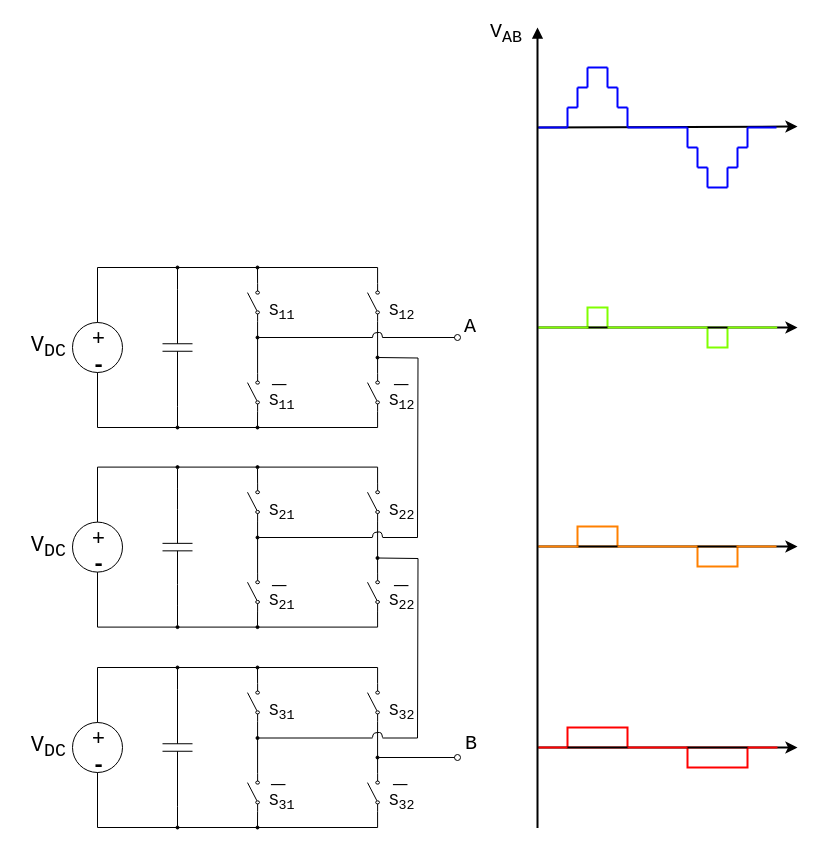
The draw.io diagram CHBMI.drawio in thece36/drawio, before the edit. Source tidied: cells renumbered, new cells numbered last; positions are measured from the earlier drawing's top-left corner, leaving out a move shared by most shapes. Both pictures are drawn from the tidied source at 100%, with x=0, y=0 at pixel (17, 17).
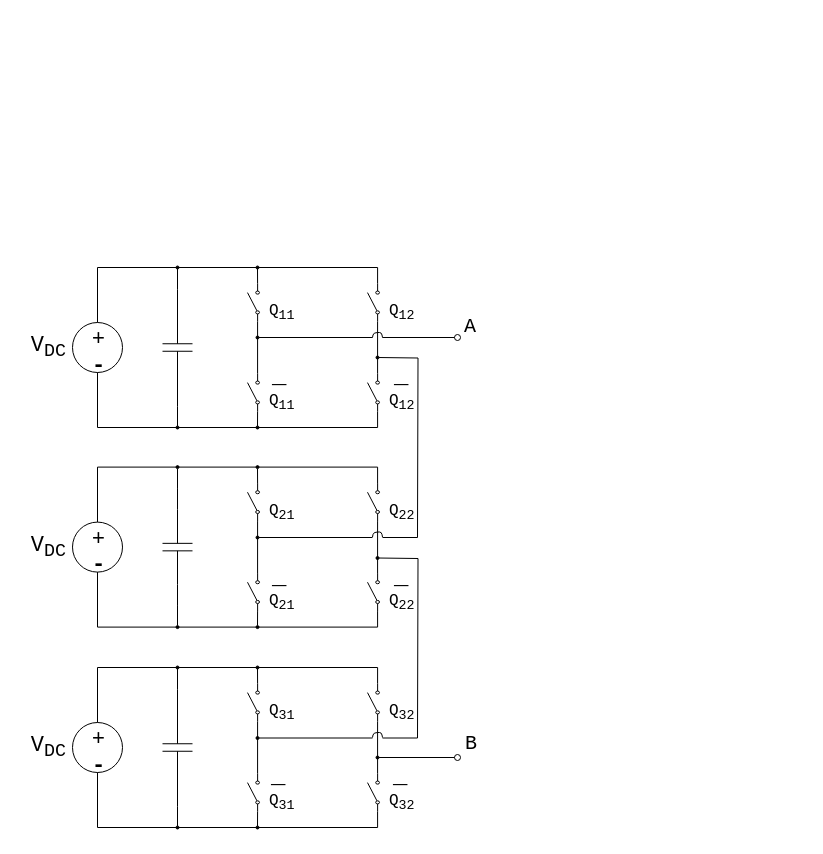
After the change.

The edit, as a diff of the source:
```diff
@@
-    <mxCell id="2" style="rounded=0;whiteSpace=wrap;html=1;fillColor=none;fontFamily=Courier New;fontSize=20;strokeColor=#80FF00;strokeWidth=2;" parent="1" vertex="1">
-      <mxGeometry x="690" y="310" width="20" height="20" as="geometry" />
-    </mxCell>
-    <mxCell id="3" style="rounded=0;whiteSpace=wrap;html=1;fillColor=none;fontFamily=Courier New;fontSize=20;strokeColor=#80FF00;strokeWidth=2;" parent="1" vertex="1">
-      <mxGeometry x="570" y="290" width="20" height="20" as="geometry" />
-    </mxCell>
-    <mxCell id="4" style="rounded=0;whiteSpace=wrap;html=1;fillColor=none;fontFamily=Courier New;fontSize=20;strokeColor=#FF8000;strokeWidth=2;" parent="1" vertex="1">
-      <mxGeometry x="680" y="529" width="40" height="20" as="geometry" />
-    </mxCell>
-    <mxCell id="5" style="rounded=0;whiteSpace=wrap;html=1;fillColor=none;fontFamily=Courier New;fontSize=20;strokeColor=#FF8000;strokeWidth=2;" parent="1" vertex="1">
-      <mxGeometry x="560" y="509" width="40" height="20" as="geometry" />
-    </mxCell>
-    <mxCell id="6" style="rounded=0;whiteSpace=wrap;html=1;fillColor=none;fontFamily=Courier New;fontSize=20;strokeColor=#FF0000;strokeWidth=2;" parent="1" vertex="1">
-      <mxGeometry x="670" y="730" width="60" height="20" as="geometry" />
-    </mxCell>
-    <mxCell id="7" style="rounded=0;whiteSpace=wrap;html=1;fillColor=none;fontFamily=Courier New;fontSize=20;strokeColor=#FF0000;strokeWidth=2;" parent="1" vertex="1">
-      <mxGeometry x="550" y="710" width="60" height="20" as="geometry" />
-    </mxCell>
@@
-    <mxCell id="26" value="&lt;font face=&quot;Courier New&quot;&gt;S&lt;sub&gt;11&lt;/sub&gt;&lt;/font&gt;" style="text;html=1;align=left;verticalAlign=top;spacingTop=-4;fontSize=16;" parent="1" vertex="1">
+    <mxCell id="26" value="&lt;font face=&quot;Courier New&quot;&gt;Q&lt;sub&gt;11&lt;/sub&gt;&lt;/font&gt;" style="text;html=1;align=left;verticalAlign=top;spacingTop=-4;fontSize=16;" parent="1" vertex="1">
       <mxGeometry x="250" y="280" width="40" height="20" as="geometry" />
     </mxCell>
-    <mxCell id="27" value="&lt;font face=&quot;Courier New&quot;&gt;S&lt;sub&gt;12&lt;/sub&gt;&lt;/font&gt;" style="text;html=1;align=left;verticalAlign=top;spacingTop=-4;fontSize=16;" parent="1" vertex="1">
+    <mxCell id="27" value="&lt;font face=&quot;Courier New&quot;&gt;Q&lt;/font&gt;&lt;font face=&quot;Courier New&quot;&gt;&lt;sub&gt;12&lt;/sub&gt;&lt;/font&gt;" style="text;html=1;align=left;verticalAlign=top;spacingTop=-4;fontSize=16;" parent="1" vertex="1">
       <mxGeometry x="370" y="280" width="40" height="20" as="geometry" />
     </mxCell>
-    <mxCell id="28" value="&lt;font face=&quot;Courier New&quot;&gt;S&lt;sub&gt;12&lt;/sub&gt;&lt;/font&gt;" style="text;html=1;align=left;verticalAlign=top;spacingTop=-4;fontSize=16;" parent="1" vertex="1">
+    <mxCell id="28" value="&lt;font face=&quot;Courier New&quot;&gt;Q&lt;/font&gt;&lt;font face=&quot;Courier New&quot;&gt;&lt;sub&gt;12&lt;/sub&gt;&lt;/font&gt;" style="text;html=1;align=left;verticalAlign=top;spacingTop=-4;fontSize=16;" parent="1" vertex="1">
       <mxGeometry x="370" y="370" width="40" height="20" as="geometry" />
     </mxCell>
-    <mxCell id="29" value="&lt;font face=&quot;Courier New&quot;&gt;S&lt;sub&gt;11&lt;/sub&gt;&lt;/font&gt;" style="text;html=1;align=left;verticalAlign=top;spacingTop=-4;fontSize=16;" parent="1" vertex="1">
+    <mxCell id="29" value="&lt;font face=&quot;Courier New&quot;&gt;Q&lt;/font&gt;&lt;font face=&quot;Courier New&quot;&gt;&lt;sub&gt;11&lt;/sub&gt;&lt;/font&gt;" style="text;html=1;align=left;verticalAlign=top;spacingTop=-4;fontSize=16;" parent="1" vertex="1">
       <mxGeometry x="250" y="370" width="40" height="20" as="geometry" />
     </mxCell>
@@
-    <mxCell id="48" value="&lt;font face=&quot;Courier New&quot;&gt;S&lt;sub&gt;21&lt;/sub&gt;&lt;/font&gt;" style="text;html=1;align=left;verticalAlign=top;spacingTop=-4;fontSize=16;" parent="1" vertex="1">
+    <mxCell id="48" value="&lt;font face=&quot;Courier New&quot;&gt;Q&lt;/font&gt;&lt;font face=&quot;Courier New&quot;&gt;&lt;sub&gt;21&lt;/sub&gt;&lt;/font&gt;" style="text;html=1;align=left;verticalAlign=top;spacingTop=-4;fontSize=16;" parent="1" vertex="1">
       <mxGeometry x="250" y="479.6" width="40" height="20" as="geometry" />
     </mxCell>
-    <mxCell id="49" value="&lt;font face=&quot;Courier New&quot;&gt;S&lt;sub&gt;22&lt;/sub&gt;&lt;/font&gt;" style="text;html=1;align=left;verticalAlign=top;spacingTop=-4;fontSize=16;" parent="1" vertex="1">
+    <mxCell id="49" value="&lt;font face=&quot;Courier New&quot;&gt;Q&lt;/font&gt;&lt;font face=&quot;Courier New&quot;&gt;&lt;sub&gt;22&lt;/sub&gt;&lt;/font&gt;" style="text;html=1;align=left;verticalAlign=top;spacingTop=-4;fontSize=16;" parent="1" vertex="1">
       <mxGeometry x="370" y="479.6" width="40" height="20" as="geometry" />
     </mxCell>
-    <mxCell id="50" value="&lt;font face=&quot;Courier New&quot;&gt;S&lt;sub&gt;22&lt;/sub&gt;&lt;/font&gt;" style="text;html=1;align=left;verticalAlign=top;spacingTop=-4;fontSize=16;" parent="1" vertex="1">
+    <mxCell id="50" value="&lt;font face=&quot;Courier New&quot;&gt;Q&lt;/font&gt;&lt;font face=&quot;Courier New&quot;&gt;&lt;sub&gt;22&lt;/sub&gt;&lt;/font&gt;" style="text;html=1;align=left;verticalAlign=top;spacingTop=-4;fontSize=16;" parent="1" vertex="1">
       <mxGeometry x="370" y="569.6" width="40" height="20" as="geometry" />
     </mxCell>
-    <mxCell id="51" value="&lt;font face=&quot;Courier New&quot;&gt;S&lt;sub&gt;21&lt;/sub&gt;&lt;/font&gt;" style="text;html=1;align=left;verticalAlign=top;spacingTop=-4;fontSize=16;" parent="1" vertex="1">
+    <mxCell id="51" value="&lt;font face=&quot;Courier New&quot;&gt;Q&lt;/font&gt;&lt;font face=&quot;Courier New&quot;&gt;&lt;sub&gt;21&lt;/sub&gt;&lt;/font&gt;" style="text;html=1;align=left;verticalAlign=top;spacingTop=-4;fontSize=16;" parent="1" vertex="1">
       <mxGeometry x="250" y="569.6" width="40" height="20" as="geometry" />
     </mxCell>
@@
-    <mxCell id="70" value="&lt;font face=&quot;Courier New&quot;&gt;S&lt;sub&gt;31&lt;/sub&gt;&lt;/font&gt;" style="text;html=1;align=left;verticalAlign=top;spacingTop=-4;fontSize=16;" parent="1" vertex="1">
+    <mxCell id="70" value="&lt;font face=&quot;Courier New&quot;&gt;Q&lt;/font&gt;&lt;font face=&quot;Courier New&quot;&gt;&lt;sub&gt;31&lt;/sub&gt;&lt;/font&gt;" style="text;html=1;align=left;verticalAlign=top;spacingTop=-4;fontSize=16;" parent="1" vertex="1">
       <mxGeometry x="250" y="680" width="40" height="20" as="geometry" />
     </mxCell>
-    <mxCell id="71" value="&lt;font face=&quot;Courier New&quot;&gt;S&lt;sub&gt;32&lt;/sub&gt;&lt;/font&gt;" style="text;html=1;align=left;verticalAlign=top;spacingTop=-4;fontSize=16;" parent="1" vertex="1">
+    <mxCell id="71" value="&lt;font face=&quot;Courier New&quot;&gt;Q&lt;/font&gt;&lt;font face=&quot;Courier New&quot;&gt;&lt;sub&gt;32&lt;/sub&gt;&lt;/font&gt;" style="text;html=1;align=left;verticalAlign=top;spacingTop=-4;fontSize=16;" parent="1" vertex="1">
       <mxGeometry x="370" y="680" width="40" height="20" as="geometry" />
     </mxCell>
-    <mxCell id="72" value="&lt;font face=&quot;Courier New&quot;&gt;S&lt;sub&gt;32&lt;/sub&gt;&lt;/font&gt;" style="text;html=1;align=left;verticalAlign=top;spacingTop=-4;fontSize=16;" parent="1" vertex="1">
+    <mxCell id="72" value="&lt;font face=&quot;Courier New&quot;&gt;Q&lt;/font&gt;&lt;font face=&quot;Courier New&quot;&gt;&lt;sub&gt;32&lt;/sub&gt;&lt;/font&gt;" style="text;html=1;align=left;verticalAlign=top;spacingTop=-4;fontSize=16;" parent="1" vertex="1">
       <mxGeometry x="370" y="770" width="40" height="20" as="geometry" />
     </mxCell>
-    <mxCell id="73" value="&lt;font face=&quot;Courier New&quot;&gt;S&lt;sub&gt;31&lt;/sub&gt;&lt;/font&gt;" style="text;html=1;align=left;verticalAlign=top;spacingTop=-4;fontSize=16;" parent="1" vertex="1">
+    <mxCell id="73" value="&lt;font face=&quot;Courier New&quot;&gt;Q&lt;/font&gt;&lt;font face=&quot;Courier New&quot;&gt;&lt;sub&gt;31&lt;/sub&gt;&lt;/font&gt;" style="text;html=1;align=left;verticalAlign=top;spacingTop=-4;fontSize=16;" parent="1" vertex="1">
       <mxGeometry x="250" y="770" width="40" height="20" as="geometry" />
     </mxCell>
@@
-    <mxCell id="88" style="endArrow=block;html=1;fontFamily=Courier New;fontSize=20;endFill=1;strokeWidth=2;" parent="1" edge="1">
-      <mxGeometry relative="1" as="geometry">
-        <mxPoint x="520" y="810.5" as="sourcePoint" />
-        <mxPoint x="520" y="10" as="targetPoint" />
-      </mxGeometry>
-    </mxCell>
-    <mxCell id="89" style="endArrow=classic;html=1;strokeWidth=2;fontFamily=Courier New;fontSize=20;" parent="1" edge="1">
-      <mxGeometry relative="1" as="geometry">
-        <mxPoint x="520" y="110" as="sourcePoint" />
-        <mxPoint x="780" y="109" as="targetPoint" />
-      </mxGeometry>
-    </mxCell>
-    <mxCell id="90" style="endArrow=classic;html=1;strokeWidth=2;fontFamily=Courier New;fontSize=20;" parent="1" edge="1">
-      <mxGeometry relative="1" as="geometry">
-        <mxPoint x="520" y="310" as="sourcePoint" />
-        <mxPoint x="780" y="310" as="targetPoint" />
-      </mxGeometry>
-    </mxCell>
-    <mxCell id="91" style="endArrow=classic;html=1;strokeWidth=2;fontFamily=Courier New;fontSize=20;" parent="1" edge="1">
-      <mxGeometry relative="1" as="geometry">
-        <mxPoint x="520" y="529" as="sourcePoint" />
-        <mxPoint x="780" y="529" as="targetPoint" />
-      </mxGeometry>
-    </mxCell>
-    <mxCell id="92" style="endArrow=classic;html=1;strokeWidth=2;fontFamily=Courier New;fontSize=20;" parent="1" edge="1">
-      <mxGeometry relative="1" as="geometry">
-        <mxPoint x="520" y="730" as="sourcePoint" />
-        <mxPoint x="780" y="730" as="targetPoint" />
-      </mxGeometry>
-    </mxCell>
-    <mxCell id="93" value="V&lt;sub&gt;AB&lt;/sub&gt;" style="text;html=1;align=left;verticalAlign=top;spacingTop=-4;fontSize=20;fontFamily=Courier New;" parent="1" vertex="1">
-      <mxGeometry x="471" width="50" height="30" as="geometry" />
-    </mxCell>
-    <mxCell id="94" style="endArrow=none;html=1;strokeWidth=2;fontFamily=Courier New;fontSize=20;strokeColor=#80FF00;" parent="1" edge="1">
-      <mxGeometry relative="1" as="geometry">
-        <mxPoint x="521" y="310" as="sourcePoint" />
-        <mxPoint x="571" y="310" as="targetPoint" />
-      </mxGeometry>
-    </mxCell>
-    <mxCell id="95" style="endArrow=none;html=1;strokeWidth=2;fontFamily=Courier New;fontSize=20;strokeColor=#80FF00;" parent="1" edge="1">
-      <mxGeometry relative="1" as="geometry">
-        <mxPoint x="590" y="310" as="sourcePoint" />
-        <mxPoint x="690" y="310" as="targetPoint" />
-      </mxGeometry>
-    </mxCell>
-    <mxCell id="96" style="endArrow=none;html=1;strokeWidth=2;fontFamily=Courier New;fontSize=20;strokeColor=#80FF00;entryX=-0.01;entryY=0.97;entryDx=0;entryDy=0;entryPerimeter=0;" parent="1" edge="1">
-      <mxGeometry relative="1" as="geometry">
-        <mxPoint x="710" y="310" as="sourcePoint" />
-        <mxPoint x="759.7" y="310" as="targetPoint" />
-      </mxGeometry>
-    </mxCell>
-    <mxCell id="97" style="endArrow=none;html=1;strokeWidth=2;fontFamily=Courier New;fontSize=20;strokeColor=#FF8000;" parent="1" edge="1">
-      <mxGeometry relative="1" as="geometry">
-        <mxPoint x="521" y="529" as="sourcePoint" />
-        <mxPoint x="561" y="529" as="targetPoint" />
-      </mxGeometry>
-    </mxCell>
-    <mxCell id="98" style="endArrow=none;html=1;strokeWidth=2;fontFamily=Courier New;fontSize=20;strokeColor=#FF8000;" parent="1" edge="1">
-      <mxGeometry relative="1" as="geometry">
-        <mxPoint x="600" y="529" as="sourcePoint" />
-        <mxPoint x="680" y="529" as="targetPoint" />
-      </mxGeometry>
-    </mxCell>
-    <mxCell id="99" style="endArrow=none;html=1;strokeWidth=2;fontFamily=Courier New;fontSize=20;strokeColor=#FF8000;entryX=-0.003;entryY=0.969;entryDx=0;entryDy=0;entryPerimeter=0;" parent="1" edge="1">
-      <mxGeometry relative="1" as="geometry">
-        <mxPoint x="719" y="529" as="sourcePoint" />
-        <mxPoint x="759" y="529" as="targetPoint" />
-      </mxGeometry>
-    </mxCell>
-    <mxCell id="100" style="endArrow=none;html=1;strokeWidth=2;fontFamily=Courier New;fontSize=20;strokeColor=#FF0000;" parent="1" edge="1">
-      <mxGeometry relative="1" as="geometry">
-        <mxPoint x="521" y="730" as="sourcePoint" />
-        <mxPoint x="550" y="730" as="targetPoint" />
-      </mxGeometry>
-    </mxCell>
-    <mxCell id="101" style="endArrow=none;html=1;strokeWidth=2;fontFamily=Courier New;fontSize=20;strokeColor=#FF0000;" parent="1" edge="1">
-      <mxGeometry relative="1" as="geometry">
-        <mxPoint x="610" y="730" as="sourcePoint" />
-        <mxPoint x="670" y="730" as="targetPoint" />
-      </mxGeometry>
-    </mxCell>
-    <mxCell id="102" style="endArrow=none;html=1;strokeWidth=2;fontFamily=Courier New;fontSize=20;strokeColor=#FF0000;" parent="1" edge="1">
-      <mxGeometry relative="1" as="geometry">
-        <mxPoint x="730" y="730" as="sourcePoint" />
-        <mxPoint x="760" y="730" as="targetPoint" />
-      </mxGeometry>
-    </mxCell>
-    <mxCell id="103" style="endArrow=none;html=1;strokeColor=#0000FF;strokeWidth=2;fontFamily=Courier New;fontSize=20;" parent="1" edge="1">
-      <mxGeometry relative="1" as="geometry">
-        <mxPoint x="610" y="110" as="sourcePoint" />
-        <mxPoint x="670" y="110" as="targetPoint" />
-      </mxGeometry>
-    </mxCell>
-    <mxCell id="104" style="endArrow=none;html=1;strokeColor=#0000FF;strokeWidth=2;fontFamily=Courier New;fontSize=20;" parent="1" edge="1">
-      <mxGeometry relative="1" as="geometry">
-        <mxPoint x="521" y="110" as="sourcePoint" />
-        <mxPoint x="550" y="110" as="targetPoint" />
-      </mxGeometry>
-    </mxCell>
-    <mxCell id="105" style="endArrow=none;html=1;strokeColor=#0000FF;strokeWidth=2;fontFamily=Courier New;fontSize=20;" parent="1" edge="1">
-      <mxGeometry relative="1" as="geometry">
-        <mxPoint x="550" y="90" as="sourcePoint" />
-        <mxPoint x="550" y="110" as="targetPoint" />
-      </mxGeometry>
-    </mxCell>
-    <mxCell id="106" style="endArrow=none;html=1;strokeColor=#0000FF;strokeWidth=2;fontFamily=Courier New;fontSize=20;" parent="1" edge="1">
-      <mxGeometry relative="1" as="geometry">
-        <mxPoint x="550" y="90" as="sourcePoint" />
-        <mxPoint x="560" y="90" as="targetPoint" />
-      </mxGeometry>
-    </mxCell>
-    <mxCell id="107" style="endArrow=none;html=1;strokeColor=#0000FF;strokeWidth=2;fontFamily=Courier New;fontSize=20;" parent="1" edge="1">
-      <mxGeometry relative="1" as="geometry">
-        <mxPoint x="560" y="70" as="sourcePoint" />
-        <mxPoint x="560" y="90" as="targetPoint" />
-      </mxGeometry>
-    </mxCell>
-    <mxCell id="108" style="endArrow=none;html=1;strokeColor=#0000FF;strokeWidth=2;fontFamily=Courier New;fontSize=20;" parent="1" edge="1">
-      <mxGeometry relative="1" as="geometry">
-        <mxPoint x="570" y="50" as="sourcePoint" />
-        <mxPoint x="570" y="70" as="targetPoint" />
-      </mxGeometry>
-    </mxCell>
-    <mxCell id="109" style="endArrow=none;html=1;strokeColor=#0000FF;strokeWidth=2;fontFamily=Courier New;fontSize=20;" parent="1" edge="1">
-      <mxGeometry relative="1" as="geometry">
-        <mxPoint x="560" y="70" as="sourcePoint" />
-        <mxPoint x="570" y="70" as="targetPoint" />
-      </mxGeometry>
-    </mxCell>
-    <mxCell id="110" style="endArrow=none;html=1;strokeColor=#0000FF;strokeWidth=2;fontFamily=Courier New;fontSize=20;" parent="1" edge="1">
-      <mxGeometry relative="1" as="geometry">
-        <mxPoint x="570" y="50" as="sourcePoint" />
-        <mxPoint x="590" y="50" as="targetPoint" />
-      </mxGeometry>
-    </mxCell>
-    <mxCell id="111" style="endArrow=none;html=1;strokeColor=#0000FF;strokeWidth=2;fontFamily=Courier New;fontSize=20;" parent="1" edge="1">
-      <mxGeometry relative="1" as="geometry">
-        <mxPoint x="590" y="50" as="sourcePoint" />
-        <mxPoint x="590" y="70" as="targetPoint" />
-      </mxGeometry>
-    </mxCell>
-    <mxCell id="112" style="endArrow=none;html=1;strokeColor=#0000FF;strokeWidth=2;fontFamily=Courier New;fontSize=20;" parent="1" edge="1">
-      <mxGeometry relative="1" as="geometry">
-        <mxPoint x="590" y="70" as="sourcePoint" />
-        <mxPoint x="600" y="70" as="targetPoint" />
-      </mxGeometry>
-    </mxCell>
-    <mxCell id="113" style="endArrow=none;html=1;strokeColor=#0000FF;strokeWidth=2;fontFamily=Courier New;fontSize=20;" parent="1" edge="1">
-      <mxGeometry relative="1" as="geometry">
-        <mxPoint x="600" y="70" as="sourcePoint" />
-        <mxPoint x="600" y="90" as="targetPoint" />
-      </mxGeometry>
-    </mxCell>
-    <mxCell id="114" style="endArrow=none;html=1;strokeColor=#0000FF;strokeWidth=2;fontFamily=Courier New;fontSize=20;" parent="1" edge="1">
-      <mxGeometry relative="1" as="geometry">
-        <mxPoint x="610" y="90" as="sourcePoint" />
-        <mxPoint x="610" y="110" as="targetPoint" />
-      </mxGeometry>
-    </mxCell>
-    <mxCell id="115" style="endArrow=none;html=1;strokeColor=#0000FF;strokeWidth=2;fontFamily=Courier New;fontSize=20;" parent="1" edge="1">
-      <mxGeometry relative="1" as="geometry">
-        <mxPoint x="670" y="110" as="sourcePoint" />
-        <mxPoint x="670" y="130" as="targetPoint" />
-      </mxGeometry>
-    </mxCell>
-    <mxCell id="116" style="endArrow=none;html=1;strokeColor=#0000FF;strokeWidth=2;fontFamily=Courier New;fontSize=20;" parent="1" edge="1">
-      <mxGeometry relative="1" as="geometry">
-        <mxPoint x="680" y="130" as="sourcePoint" />
-        <mxPoint x="680" y="150" as="targetPoint" />
-      </mxGeometry>
-    </mxCell>
-    <mxCell id="117" style="endArrow=none;html=1;strokeColor=#0000FF;strokeWidth=2;fontFamily=Courier New;fontSize=20;" parent="1" edge="1">
-      <mxGeometry relative="1" as="geometry">
-        <mxPoint x="690" y="150" as="sourcePoint" />
-        <mxPoint x="690" y="170" as="targetPoint" />
-      </mxGeometry>
-    </mxCell>
-    <mxCell id="118" style="endArrow=none;html=1;strokeColor=#0000FF;strokeWidth=2;fontFamily=Courier New;fontSize=20;" parent="1" edge="1">
-      <mxGeometry relative="1" as="geometry">
-        <mxPoint x="710" y="150" as="sourcePoint" />
-        <mxPoint x="710" y="170" as="targetPoint" />
-      </mxGeometry>
-    </mxCell>
-    <mxCell id="119" style="endArrow=none;html=1;strokeColor=#0000FF;strokeWidth=2;fontFamily=Courier New;fontSize=20;" parent="1" edge="1">
-      <mxGeometry relative="1" as="geometry">
-        <mxPoint x="720" y="130" as="sourcePoint" />
-        <mxPoint x="720" y="150" as="targetPoint" />
-      </mxGeometry>
-    </mxCell>
-    <mxCell id="120" style="endArrow=none;html=1;strokeColor=#0000FF;strokeWidth=2;fontFamily=Courier New;fontSize=20;" parent="1" edge="1">
-      <mxGeometry relative="1" as="geometry">
-        <mxPoint x="730" y="110" as="sourcePoint" />
-        <mxPoint x="730" y="130" as="targetPoint" />
-      </mxGeometry>
-    </mxCell>
-    <mxCell id="121" style="endArrow=none;html=1;strokeColor=#0000FF;strokeWidth=2;fontFamily=Courier New;fontSize=20;" parent="1" edge="1">
-      <mxGeometry relative="1" as="geometry">
-        <mxPoint x="600" y="90" as="sourcePoint" />
-        <mxPoint x="610" y="90" as="targetPoint" />
-      </mxGeometry>
-    </mxCell>
-    <mxCell id="122" style="endArrow=none;html=1;strokeColor=#0000FF;strokeWidth=2;fontFamily=Courier New;fontSize=20;" parent="1" edge="1">
-      <mxGeometry relative="1" as="geometry">
-        <mxPoint x="670" y="130" as="sourcePoint" />
-        <mxPoint x="680" y="130" as="targetPoint" />
-      </mxGeometry>
-    </mxCell>
-    <mxCell id="123" style="endArrow=none;html=1;strokeColor=#0000FF;strokeWidth=2;fontFamily=Courier New;fontSize=20;" parent="1" edge="1">
-      <mxGeometry relative="1" as="geometry">
-        <mxPoint x="680" y="150" as="sourcePoint" />
-        <mxPoint x="690" y="150" as="targetPoint" />
-      </mxGeometry>
-    </mxCell>
-    <mxCell id="124" style="endArrow=none;html=1;strokeColor=#0000FF;strokeWidth=2;fontFamily=Courier New;fontSize=20;" parent="1" edge="1">
-      <mxGeometry relative="1" as="geometry">
-        <mxPoint x="710" y="150" as="sourcePoint" />
-        <mxPoint x="720" y="150" as="targetPoint" />
-      </mxGeometry>
-    </mxCell>
-    <mxCell id="125" style="endArrow=none;html=1;strokeColor=#0000FF;strokeWidth=2;fontFamily=Courier New;fontSize=20;" parent="1" edge="1">
-      <mxGeometry relative="1" as="geometry">
-        <mxPoint x="720" y="130" as="sourcePoint" />
-        <mxPoint x="730" y="130" as="targetPoint" />
-      </mxGeometry>
-    </mxCell>
-    <mxCell id="126" style="endArrow=none;html=1;strokeColor=#0000FF;strokeWidth=2;fontFamily=Courier New;fontSize=20;" parent="1" edge="1">
-      <mxGeometry relative="1" as="geometry">
-        <mxPoint x="730" y="110" as="sourcePoint" />
-        <mxPoint x="759" y="110" as="targetPoint" />
-      </mxGeometry>
-    </mxCell>
-    <mxCell id="127" style="endArrow=none;html=1;strokeColor=#0000FF;strokeWidth=2;fontFamily=Courier New;fontSize=20;" parent="1" edge="1">
-      <mxGeometry relative="1" as="geometry">
-        <mxPoint x="690" y="170" as="sourcePoint" />
-        <mxPoint x="710" y="170" as="targetPoint" />
-      </mxGeometry>
-    </mxCell>
```
